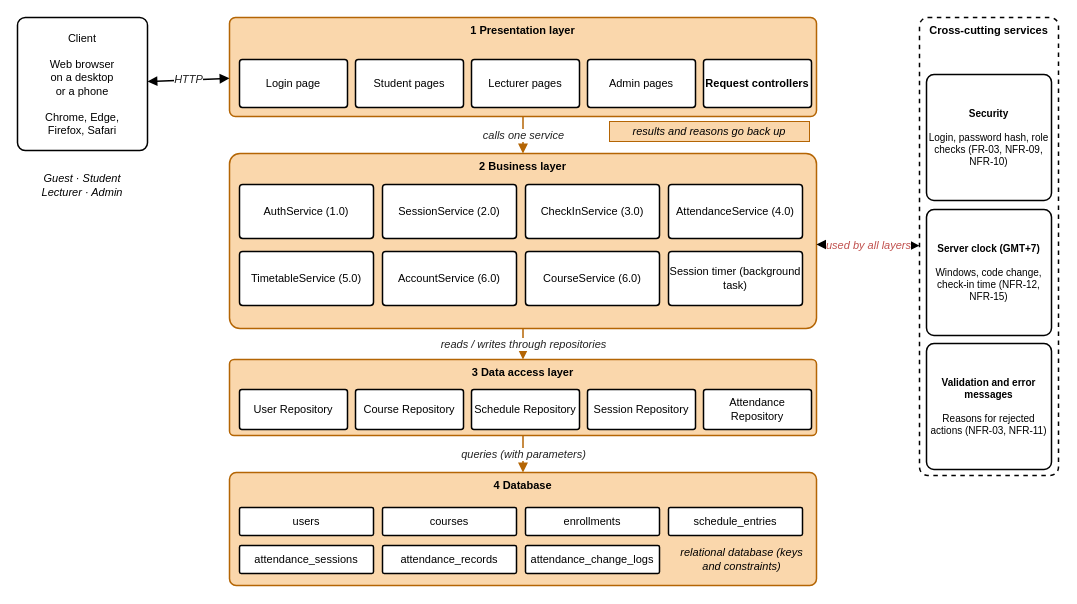
Earlier version of the draw.io diagram layer achitecture.drawio (QnTIie2409/CNPM-GROUP03). Source tidied: cells renumbered, new cells numbered last; positions are measured from the earlier drawing's top-left corner, leaving out a move shared by most shapes. Both pictures are drawn from the tidied source at 100%, with x=0, y=0 at pixel (17, 17).
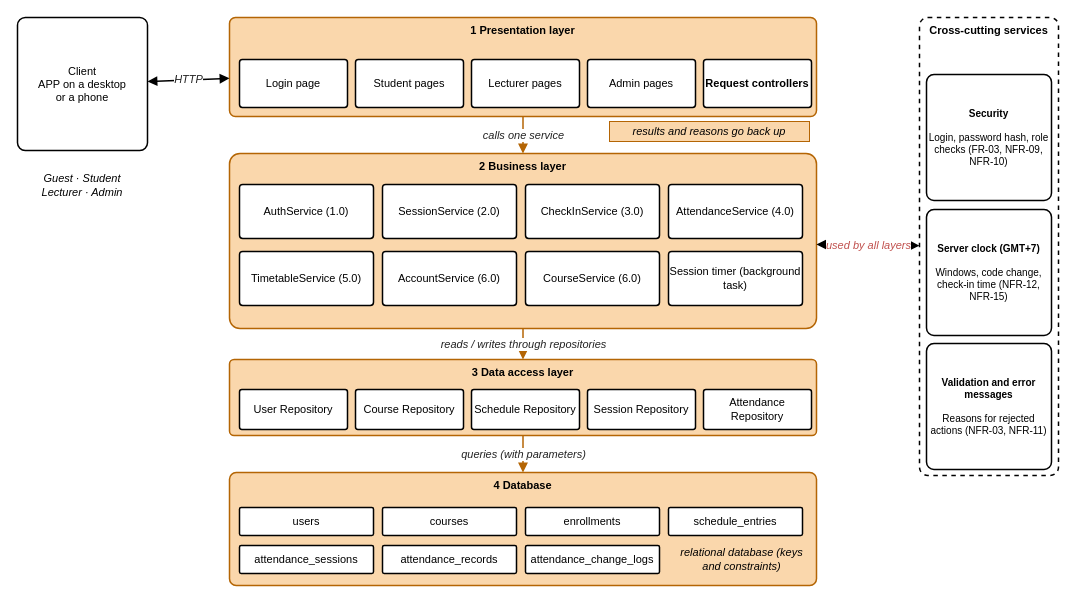
The same diagram, later.

What changed in the source:
```diff
@@
-    <mxCell id="2" value="Client&lt;br&gt;&lt;br&gt;Web browser&lt;br&gt;on a desktop&lt;br&gt;or a phone&lt;br&gt;&lt;br&gt;Chrome, Edge,&lt;br&gt;Firefox, Safari" style="rounded=1;arcSize=6;whiteSpace=wrap;html=1;strokeWidth=1.5;fontSize=11;align=center;verticalAlign=middle;" parent="1" vertex="1">
+    <mxCell id="2" value="Client&lt;br&gt;APP on a desktop&lt;br&gt;or a phone" style="rounded=1;arcSize=6;whiteSpace=wrap;html=1;strokeWidth=1.5;fontSize=11;align=center;verticalAlign=middle;" parent="1" vertex="1">
       <mxGeometry width="130" height="133" as="geometry" />
     </mxCell>
```
